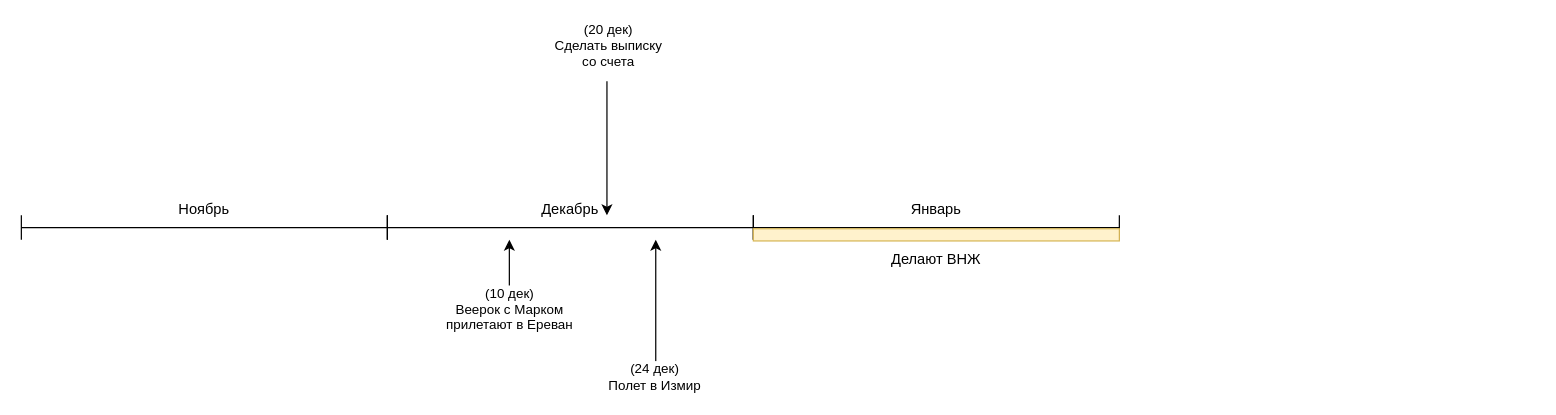
Before: relocation.drawio in ajile/draw-io, a draw.io diagram. Source tidied: cells renumbered, new cells numbered last; positions are measured from the earlier drawing's top-left corner, leaving out a move shared by most shapes. Both pictures are drawn from the tidied source at 122%, with x=0, y=0 at pixel (21, 81).
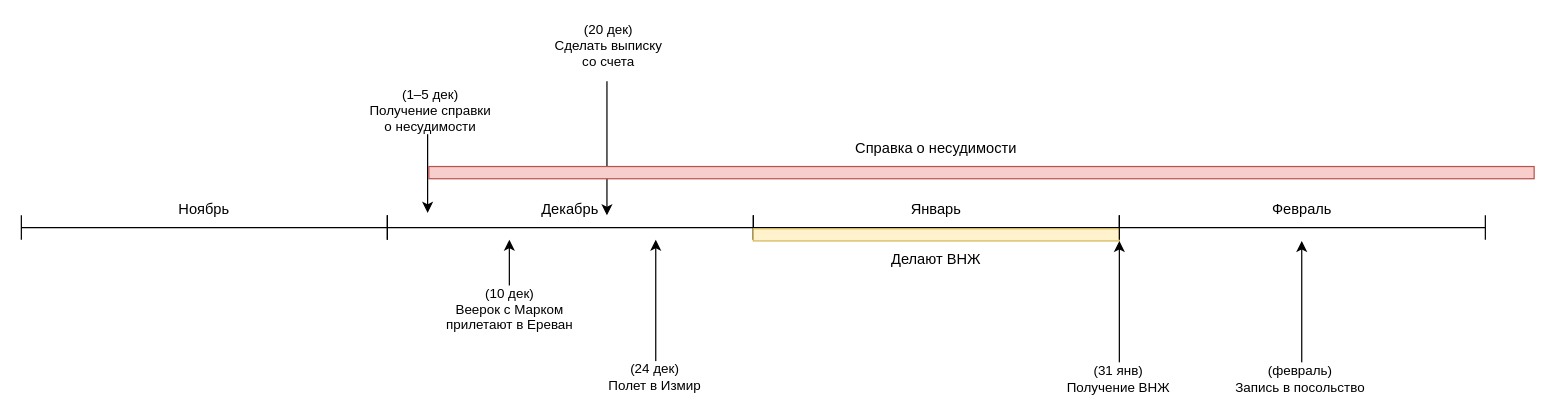
The same diagram, later.

Diff of the diagram source:
```diff
@@
+    <mxCell id="25" style="endArrow=classic;html=1;rounded=0;" parent="1" edge="1">
+      <mxGeometry relative="1" as="geometry">
+        <mxPoint x="333" y="43" as="sourcePoint" />
+        <mxPoint x="333" y="108" as="targetPoint" />
+      </mxGeometry>
+    </mxCell>
+    <mxCell id="26" value="(1–5 дек)&lt;br&gt;Получение справки&lt;br&gt;о несудимости" style="edgeLabel;html=1;align=center;verticalAlign=middle;" parent="25" vertex="1">
+      <mxGeometry x="-0.61" y="1" relative="1" as="geometry">
+        <mxPoint y="-33" as="offset" />
+      </mxGeometry>
+    </mxCell>
+    <mxCell id="27" style="rounded=0;whiteSpace=wrap;html=1;fillColor=#f8cecc;strokeColor=#b85450;" parent="1" vertex="1">
+      <mxGeometry x="334" y="70" width="906" height="10" as="geometry" />
+    </mxCell>
+    <mxCell id="28" style="group;" parent="1" vertex="1">
+      <mxGeometry x="900" y="110" width="300" height="20" as="geometry" />
+    </mxCell>
+    <mxCell id="29" style="endArrow=none;html=1;rounded=0;" parent="28" edge="1">
+      <mxGeometry relative="1" as="geometry">
+        <mxPoint y="10" as="sourcePoint" />
+        <mxPoint x="300" y="10" as="targetPoint" />
+      </mxGeometry>
+    </mxCell>
+    <mxCell id="30" style="endArrow=none;html=1;rounded=0;" parent="28" edge="1">
+      <mxGeometry relative="1" as="geometry">
+        <mxPoint y="20" as="sourcePoint" />
+        <mxPoint as="targetPoint" />
+      </mxGeometry>
+    </mxCell>
+    <mxCell id="31" style="endArrow=none;html=1;rounded=0;" parent="28" edge="1">
+      <mxGeometry relative="1" as="geometry">
+        <mxPoint x="300" y="20" as="sourcePoint" />
+        <mxPoint x="300" as="targetPoint" />
+      </mxGeometry>
+    </mxCell>
+    <mxCell id="32" value="Справка о несудимости" style="text;html=1;strokeColor=none;fillColor=none;align=center;verticalAlign=middle;whiteSpace=wrap;rounded=0;" parent="1" vertex="1">
+      <mxGeometry x="630" y="40" width="240" height="30" as="geometry" />
+    </mxCell>
+    <mxCell id="33" value="Февраль" style="text;html=1;strokeColor=none;fillColor=none;align=center;verticalAlign=middle;whiteSpace=wrap;rounded=0;" parent="1" vertex="1">
+      <mxGeometry x="1020" y="90" width="60" height="30" as="geometry" />
+    </mxCell>
+    <mxCell id="34" style="endArrow=classic;html=1;rounded=0;" parent="1" edge="1">
+      <mxGeometry relative="1" as="geometry">
+        <mxPoint x="1049.5" y="231" as="sourcePoint" />
+        <mxPoint x="1049.5" y="131" as="targetPoint" />
+      </mxGeometry>
+    </mxCell>
+    <mxCell id="35" value="(февраль)&lt;br&gt;Запись в посольство" style="edgeLabel;html=1;align=center;verticalAlign=middle;" parent="34" vertex="1">
+      <mxGeometry x="-0.61" y="1" relative="1" as="geometry">
+        <mxPoint x="-1" y="32" as="offset" />
+      </mxGeometry>
+    </mxCell>
+    <mxCell id="36" style="endArrow=classic;html=1;rounded=0;" parent="1" edge="1">
+      <mxGeometry relative="1" as="geometry">
+        <mxPoint x="900" y="231" as="sourcePoint" />
+        <mxPoint x="900" y="131" as="targetPoint" />
+      </mxGeometry>
+    </mxCell>
+    <mxCell id="37" value="(31 янв)&lt;br&gt;Получение ВНЖ" style="edgeLabel;html=1;align=center;verticalAlign=middle;" parent="36" vertex="1">
+      <mxGeometry x="-0.61" y="1" relative="1" as="geometry">
+        <mxPoint x="-1" y="32" as="offset" />
+      </mxGeometry>
+    </mxCell>
```
